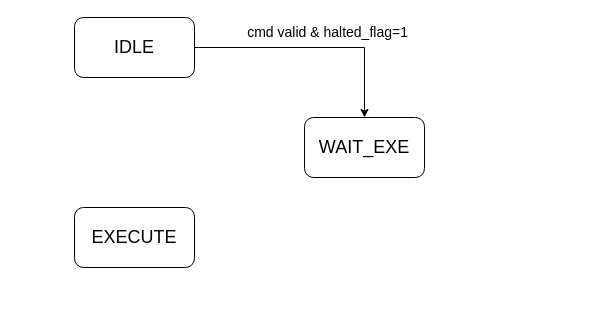
blin123/hdl keeps this draw.io diagram as 未命名绘图.drawio. Above is the earlier version. Source tidied: cells renumbered, new cells numbered last; positions are measured from the earlier drawing's top-left corner, leaving out a move shared by most shapes. Both pictures are drawn from the tidied source at 100%, with x=0, y=0 at pixel (74, 17).
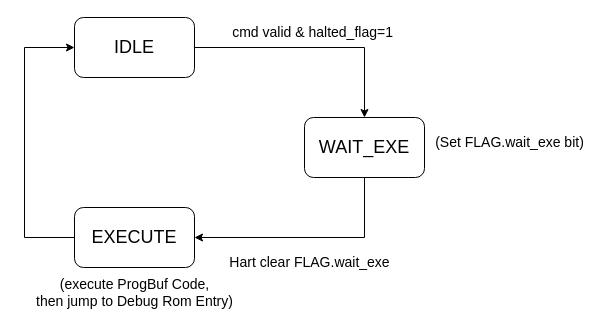
After the change.

Commit message (it also covers changes not shown here):
更新未命名绘图.drawio

Change to the diagram source:
```diff
@@
 <mxGraphModel>
   <root>
     <mxCell id="0" />
     <mxCell id="1" parent="0" />
     <mxCell id="2" style="edgeStyle=orthogonalEdgeStyle;rounded=0;jettySize=auto;html=1;exitX=1;exitY=0.5;exitDx=0;exitDy=0;entryX=0.5;entryY=0;entryDx=0;entryDy=0;" parent="1" edge="1" source="3" target="4">
       <mxGeometry relative="1" as="geometry" />
     </mxCell>
     <mxCell id="3" value="&lt;font style=&quot;font-size: 18px;&quot;&gt;IDLE&lt;/font&gt;" style="rounded=1;whiteSpace=wrap;html=1;" parent="1" vertex="1">
       <mxGeometry width="120" height="60" as="geometry" />
     </mxCell>
+    <mxCell id="7" style="edgeStyle=orthogonalEdgeStyle;rounded=0;jettySize=auto;html=1;entryX=1;entryY=0.5;entryDx=0;entryDy=0;" parent="1" edge="1" source="4" target="6">
+      <mxGeometry relative="1" as="geometry">
+        <Array as="points">
+          <mxPoint x="290" y="220" />
+        </Array>
+      </mxGeometry>
+    </mxCell>
     <mxCell id="4" value="&lt;font style=&quot;font-size: 18px;&quot;&gt;WAIT_EXE&lt;/font&gt;" style="rounded=1;whiteSpace=wrap;html=1;" parent="1" vertex="1">
       <mxGeometry x="230" y="100" width="120" height="60" as="geometry" />
     </mxCell>
     <mxCell id="5" value="&lt;font style=&quot;font-size: 14px;&quot;&gt;cmd valid &amp;amp; halted_flag=1&amp;nbsp;&lt;/font&gt;" style="text;html=1;align=center;verticalAlign=middle;strokeColor=none;fillColor=none;" parent="1" vertex="1">
-      <mxGeometry x="160" width="190" height="30" as="geometry" />
+      <mxGeometry x="145" width="190" height="30" as="geometry" />
     </mxCell>
+    <mxCell id="8" style="edgeStyle=orthogonalEdgeStyle;rounded=0;jettySize=auto;html=1;exitX=0;exitY=0.5;exitDx=0;exitDy=0;entryX=0;entryY=0.5;entryDx=0;entryDy=0;" parent="1" edge="1" source="6" target="3">
+      <mxGeometry relative="1" as="geometry">
+        <Array as="points">
+          <mxPoint x="-50" y="220" />
+          <mxPoint x="-50" y="30" />
+        </Array>
+      </mxGeometry>
+    </mxCell>
     <mxCell id="6" value="&lt;span style=&quot;font-size: 18px;&quot;&gt;EXECUTE&lt;/span&gt;" style="rounded=1;whiteSpace=wrap;html=1;" parent="1" vertex="1">
       <mxGeometry y="190" width="120" height="60" as="geometry" />
     </mxCell>
+    <mxCell id="9" value="&lt;font style=&quot;font-size: 14px;&quot;&gt;Hart clear FLAG.wait_exe&lt;/font&gt;" style="text;html=1;align=center;verticalAlign=middle;strokeColor=none;fillColor=none;" parent="1" vertex="1">
+      <mxGeometry x="145" y="230" width="180" height="30" as="geometry" />
+    </mxCell>
+    <mxCell id="10" value="&lt;font style=&quot;font-size: 14px;&quot;&gt;(execute ProgBuf Code,&lt;/font&gt;&lt;div&gt;&lt;font style=&quot;font-size: 14px;&quot;&gt;then jump to Debug Rom Entry)&lt;/font&gt;&lt;/div&gt;" style="text;html=1;align=center;verticalAlign=middle;strokeColor=none;fillColor=none;" parent="1" vertex="1">
+      <mxGeometry x="-50" y="250" width="220" height="50" as="geometry" />
+    </mxCell>
+    <mxCell id="11" value="&lt;font style=&quot;font-size: 14px;&quot;&gt;(Set FLAG.wait_exe bit)&lt;/font&gt;" style="text;html=1;align=center;verticalAlign=middle;strokeColor=none;fillColor=none;" parent="1" vertex="1">
+      <mxGeometry x="350" y="110" width="170" height="30" as="geometry" />
+    </mxCell>
   </root>
 </mxGraphModel>
```
